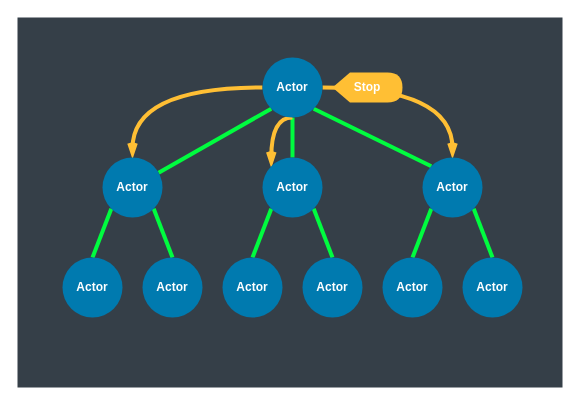
The draw.io diagram page "3_3_3" (11 of 18) of hugo/content/docs/images/diagrams.drawio in asynkron/protoactor-website, before the edit. Source tidied: cells renumbered, new cells numbered last; positions are measured from the earlier drawing's top-left corner, leaving out a move shared by most shapes. Both pictures are drawn from the tidied source at 100%, with x=0, y=0 at pixel (17, 17).
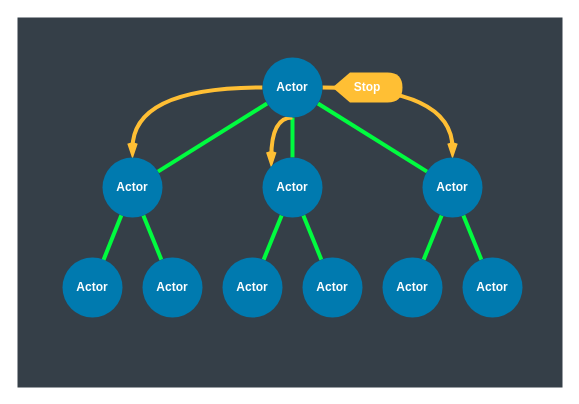
Above is the later version.

The change refers to these unchanged cells:
```xml
<mxCell id="9" value="Actor" style="ellipse;whiteSpace=wrap;html=1;strokeWidth=3;fontColor=#FFFFFF;fontStyle=1;fillColor=#007AAF;strokeColor=none;" parent="1" vertex="1">
  <mxGeometry x="245" y="40" width="60" height="60" as="geometry" />
</mxCell>
<mxCell id="10" style="group;" parent="1" vertex="1">
  <mxGeometry x="45" y="140" width="140" height="160" as="geometry" />
</mxCell>
<mxCell id="13" value="Actor" style="ellipse;whiteSpace=wrap;html=1;strokeWidth=3;fontColor=#FFFFFF;fontStyle=1;fillColor=#007AAF;strokeColor=none;" parent="10" vertex="1">
  <mxGeometry x="40" width="60" height="60" as="geometry" />
</mxCell>
<mxCell id="14" value="Actor" style="ellipse;whiteSpace=wrap;html=1;strokeWidth=3;fontColor=#FFFFFF;fontStyle=1;fillColor=#007AAF;strokeColor=none;" parent="10" vertex="1">
  <mxGeometry x="80" y="100" width="60" height="60" as="geometry" />
</mxCell>
<mxCell id="15" value="Actor" style="ellipse;whiteSpace=wrap;html=1;strokeWidth=3;fontColor=#FFFFFF;fontStyle=1;fillColor=#007AAF;strokeColor=none;" parent="10" vertex="1">
  <mxGeometry y="100" width="60" height="60" as="geometry" />
</mxCell>
<mxCell id="16" style="group;" parent="1" vertex="1">
  <mxGeometry x="365" y="140" width="140" height="160" as="geometry" />
</mxCell>
<mxCell id="19" value="Actor" style="ellipse;whiteSpace=wrap;html=1;strokeWidth=3;fontColor=#FFFFFF;fontStyle=1;fillColor=#007AAF;strokeColor=none;" parent="16" vertex="1">
  <mxGeometry x="40" width="60" height="60" as="geometry" />
</mxCell>
<mxCell id="20" value="Actor" style="ellipse;whiteSpace=wrap;html=1;strokeWidth=3;fontColor=#FFFFFF;fontStyle=1;fillColor=#007AAF;strokeColor=none;" parent="16" vertex="1">
  <mxGeometry y="100" width="60" height="60" as="geometry" />
</mxCell>
<mxCell id="21" value="Actor" style="ellipse;whiteSpace=wrap;html=1;strokeWidth=3;fontColor=#FFFFFF;fontStyle=1;fillColor=#007AAF;strokeColor=none;" parent="16" vertex="1">
  <mxGeometry x="80" y="100" width="60" height="60" as="geometry" />
</mxCell>
<mxCell id="25" value="Actor" style="ellipse;whiteSpace=wrap;html=1;strokeWidth=3;fontColor=#FFFFFF;fontStyle=1;fillColor=#007AAF;strokeColor=none;" parent="1" vertex="1">
  <mxGeometry x="245" y="140" width="60" height="60" as="geometry" />
</mxCell>
<mxCell id="26" value="Actor" style="ellipse;whiteSpace=wrap;html=1;strokeWidth=3;fontColor=#FFFFFF;fontStyle=1;fillColor=#007AAF;strokeColor=none;" parent="1" vertex="1">
  <mxGeometry x="205" y="240" width="60" height="60" as="geometry" />
</mxCell>
<mxCell id="27" value="Actor" style="ellipse;whiteSpace=wrap;html=1;strokeWidth=3;fontColor=#FFFFFF;fontStyle=1;fillColor=#007AAF;strokeColor=none;" parent="1" vertex="1">
  <mxGeometry x="285" y="240" width="60" height="60" as="geometry" />
</mxCell>
```

The edit, as a diff of the source:
```diff
@@
-    <mxCell id="3" style="rounded=1;sketch=0;jumpStyle=none;jettySize=auto;html=1;exitX=0;exitY=1;exitDx=0;exitDy=0;shadow=0;endArrow=none;endFill=0;strokeColor=#00FC3F;strokeWidth=4;fontColor=#FFFFFF;" parent="1" edge="1" source="9" target="13">
+    <mxCell id="3" style="rounded=1;sketch=0;jumpStyle=none;jettySize=auto;html=1;shadow=0;endArrow=none;endFill=0;strokeColor=#00FC3F;strokeWidth=4;fontColor=#FFFFFF;" parent="1" edge="1" source="9" target="13">
       <mxGeometry relative="1" as="geometry" />
     </mxCell>
-    <mxCell id="4" style="edgeStyle=none;rounded=1;sketch=0;jumpStyle=none;jettySize=auto;html=1;exitX=1;exitY=1;exitDx=0;exitDy=0;entryX=0;entryY=0;entryDx=0;entryDy=0;shadow=0;endArrow=none;endFill=0;strokeColor=#00FC3F;strokeWidth=4;fontSize=12;fontColor=#4D4D4D;" parent="1" edge="1" source="9" target="19">
+    <mxCell id="4" style="edgeStyle=none;rounded=1;sketch=0;jumpStyle=none;jettySize=auto;html=1;shadow=0;endArrow=none;endFill=0;strokeColor=#00FC3F;strokeWidth=4;fontSize=12;fontColor=#4D4D4D;" parent="1" edge="1" source="9" target="19">
       <mxGeometry relative="1" as="geometry" />
     </mxCell>
-    <mxCell id="5" style="edgeStyle=none;rounded=1;sketch=0;jumpStyle=none;jettySize=auto;html=1;exitX=0.5;exitY=1;exitDx=0;exitDy=0;entryX=0.5;entryY=0;entryDx=0;entryDy=0;shadow=0;endArrow=none;endFill=0;strokeColor=#00FC3F;strokeWidth=4;fontSize=12;fontColor=#4D4D4D;" parent="1" edge="1" source="9" target="25">
+    <mxCell id="5" style="edgeStyle=none;rounded=1;sketch=0;jumpStyle=none;jettySize=auto;html=1;shadow=0;endArrow=none;endFill=0;strokeColor=#00FC3F;strokeWidth=4;fontSize=12;fontColor=#4D4D4D;" parent="1" edge="1" source="9" target="25">
       <mxGeometry relative="1" as="geometry" />
     </mxCell>
@@
-    <mxCell id="11" style="edgeStyle=none;rounded=1;sketch=0;jumpStyle=none;jettySize=auto;html=1;exitX=0;exitY=1;exitDx=0;exitDy=0;entryX=0.5;entryY=0;entryDx=0;entryDy=0;shadow=0;endArrow=none;endFill=0;strokeColor=#00FC3F;strokeWidth=4;fontSize=12;fontColor=#4D4D4D;" parent="10" edge="1" source="13" target="15">
+    <mxCell id="11" style="edgeStyle=none;rounded=1;sketch=0;jumpStyle=none;jettySize=auto;html=1;entryX=0.5;entryY=0.5;entryDx=0;entryDy=0;shadow=0;endArrow=none;endFill=0;strokeColor=#00FC3F;strokeWidth=4;fontSize=12;fontColor=#4D4D4D;entryPerimeter=0;" parent="10" edge="1" source="13" target="15">
       <mxGeometry relative="1" as="geometry" />
     </mxCell>
-    <mxCell id="12" style="edgeStyle=none;rounded=1;sketch=0;jumpStyle=none;jettySize=auto;html=1;exitX=1;exitY=1;exitDx=0;exitDy=0;entryX=0.5;entryY=0;entryDx=0;entryDy=0;shadow=0;endArrow=none;endFill=0;strokeColor=#00FC3F;strokeWidth=4;fontSize=12;fontColor=#4D4D4D;" parent="10" edge="1" source="13" target="14">
+    <mxCell id="12" style="edgeStyle=none;rounded=1;sketch=0;jumpStyle=none;jettySize=auto;html=1;shadow=0;endArrow=none;endFill=0;strokeColor=#00FC3F;strokeWidth=4;fontSize=12;fontColor=#4D4D4D;" parent="10" edge="1" source="13" target="14">
       <mxGeometry relative="1" as="geometry" />
     </mxCell>
@@
-    <mxCell id="17" style="edgeStyle=none;rounded=1;sketch=0;jumpStyle=none;jettySize=auto;html=1;exitX=0;exitY=1;exitDx=0;exitDy=0;entryX=0.5;entryY=0;entryDx=0;entryDy=0;shadow=0;endArrow=none;endFill=0;strokeColor=#00FC3F;strokeWidth=4;fontSize=12;fontColor=#4D4D4D;" parent="16" edge="1" source="19" target="20">
+    <mxCell id="17" style="edgeStyle=none;rounded=1;sketch=0;jumpStyle=none;jettySize=auto;html=1;shadow=0;endArrow=none;endFill=0;strokeColor=#00FC3F;strokeWidth=4;fontSize=12;fontColor=#4D4D4D;" parent="16" edge="1" source="19" target="20">
       <mxGeometry relative="1" as="geometry" />
     </mxCell>
-    <mxCell id="18" style="edgeStyle=none;rounded=1;sketch=0;jumpStyle=none;jettySize=auto;html=1;exitX=1;exitY=1;exitDx=0;exitDy=0;entryX=0.5;entryY=0;entryDx=0;entryDy=0;shadow=0;endArrow=none;endFill=0;strokeColor=#00FC3F;strokeWidth=4;fontSize=12;fontColor=#4D4D4D;" parent="16" edge="1" source="19" target="21">
+    <mxCell id="18" style="edgeStyle=none;rounded=1;sketch=0;jumpStyle=none;jettySize=auto;html=1;shadow=0;endArrow=none;endFill=0;strokeColor=#00FC3F;strokeWidth=4;fontSize=12;fontColor=#4D4D4D;" parent="16" edge="1" source="19" target="21">
       <mxGeometry relative="1" as="geometry" />
     </mxCell>
@@
-    <mxCell id="23" style="edgeStyle=none;rounded=1;sketch=0;jumpStyle=none;jettySize=auto;html=1;exitX=0;exitY=1;exitDx=0;exitDy=0;entryX=0.5;entryY=0;entryDx=0;entryDy=0;shadow=0;endArrow=none;endFill=0;strokeColor=#00FC3F;strokeWidth=4;fontSize=12;fontColor=#4D4D4D;" parent="1" edge="1" source="25" target="26">
+    <mxCell id="23" style="edgeStyle=none;rounded=1;sketch=0;jumpStyle=none;jettySize=auto;html=1;shadow=0;endArrow=none;endFill=0;strokeColor=#00FC3F;strokeWidth=4;fontSize=12;fontColor=#4D4D4D;" parent="1" edge="1" source="25" target="26">
       <mxGeometry x="240" y="620" as="geometry" />
     </mxCell>
-    <mxCell id="24" style="edgeStyle=none;rounded=1;sketch=0;jumpStyle=none;jettySize=auto;html=1;exitX=1;exitY=1;exitDx=0;exitDy=0;entryX=0.5;entryY=0;entryDx=0;entryDy=0;shadow=0;endArrow=none;endFill=0;strokeColor=#00FC3F;strokeWidth=4;fontSize=12;fontColor=#4D4D4D;" parent="1" edge="1" source="25" target="27">
+    <mxCell id="24" style="edgeStyle=none;rounded=1;sketch=0;jumpStyle=none;jettySize=auto;html=1;shadow=0;endArrow=none;endFill=0;strokeColor=#00FC3F;strokeWidth=4;fontSize=12;fontColor=#4D4D4D;" parent="1" edge="1" source="25" target="27">
       <mxGeometry x="240" y="620" as="geometry" />
     </mxCell>
```
